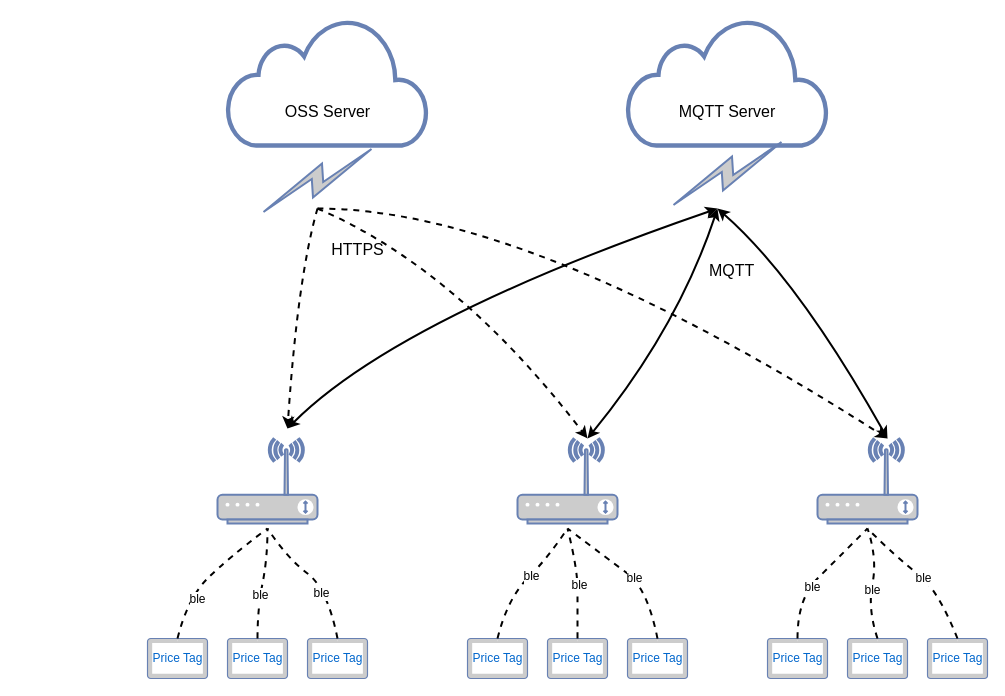
Earlier version of the draw.io diagram PriceTag.drawio (zjh6607476/drawing). Source tidied: cells renumbered, new cells numbered last; positions are measured from the earlier drawing's top-left corner, leaving out a move shared by most shapes. Both pictures are drawn from the tidied source at 100%, with x=0, y=0 at pixel (147, 18).
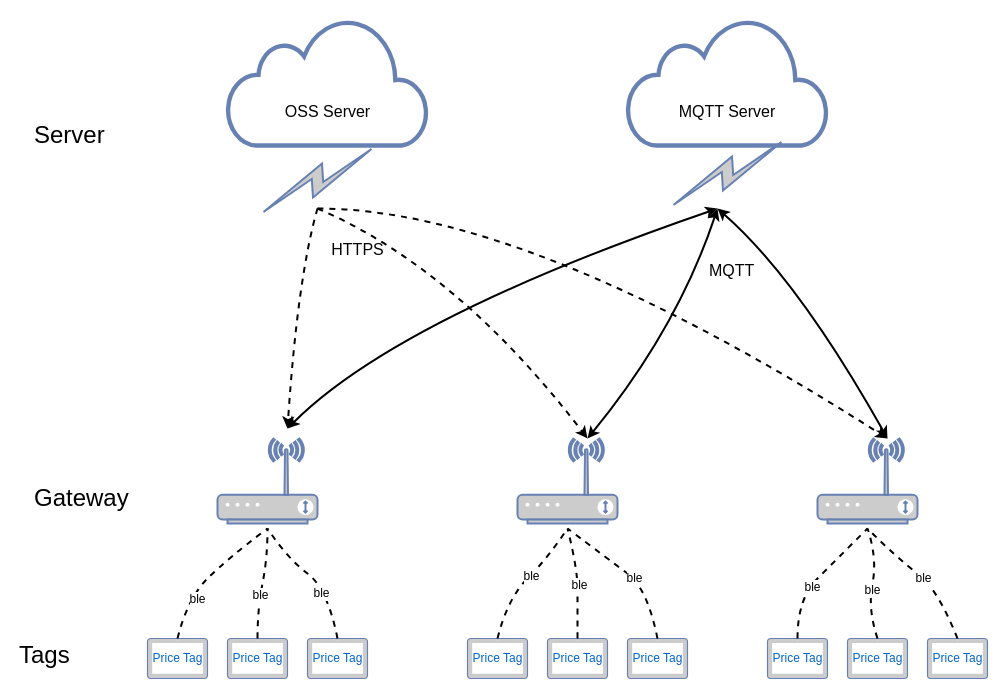
Above is the later version.

Diff of the diagram source:
```diff
@@
+    <mxCell id="44" value="&lt;font style=&quot;font-size: 24px&quot;&gt;Tags&lt;/font&gt;" style="text;html=1;align=left;verticalAlign=top;spacingTop=-4;" parent="1" vertex="1">
+      <mxGeometry x="-130" y="620" width="70" height="20" as="geometry" />
+    </mxCell>
+    <mxCell id="45" value="&lt;font style=&quot;font-size: 24px&quot;&gt;Gateway&lt;br&gt;&lt;/font&gt;" style="text;html=1;align=left;verticalAlign=top;spacingTop=-4;" parent="1" vertex="1">
+      <mxGeometry x="-115" y="462.5" width="110" height="20" as="geometry" />
+    </mxCell>
+    <mxCell id="46" value="&lt;font style=&quot;font-size: 24px&quot;&gt;Server&lt;br&gt;&lt;/font&gt;" style="text;html=1;align=left;verticalAlign=top;spacingTop=-4;" parent="1" vertex="1">
+      <mxGeometry x="-115" y="100" width="90" height="20" as="geometry" />
+    </mxCell>
```
